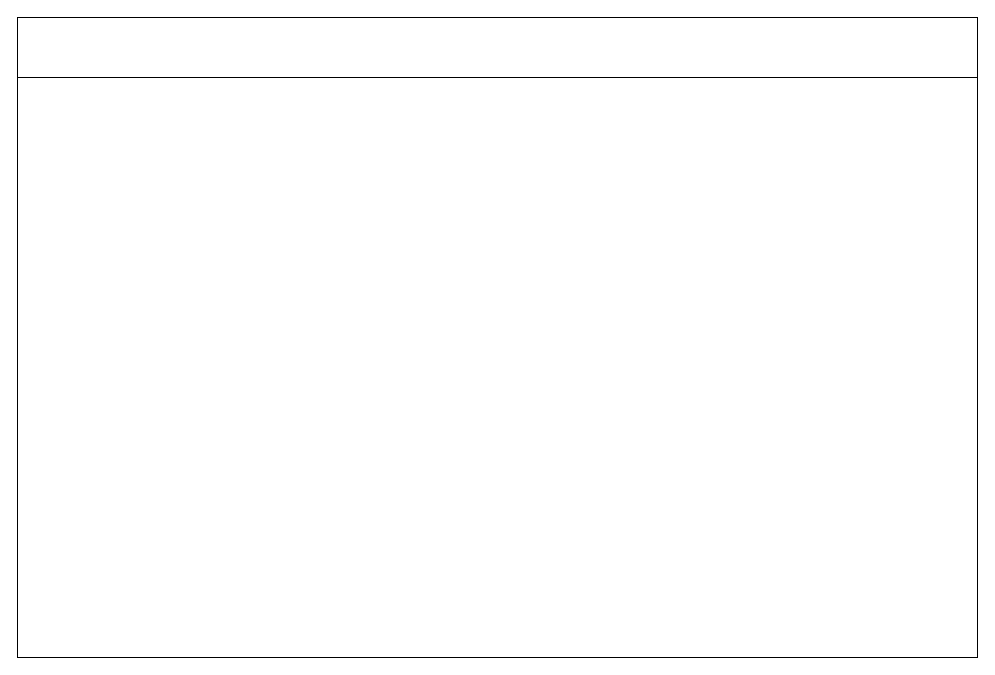
This is web-425/7.4.drawio from joneskj55/wireframes, a draw.io file, before an edit. Source tidied: cells renumbered, new cells numbered last; positions are measured from the earlier drawing's top-left corner, leaving out a move shared by most shapes. Both pictures are drawn from the tidied source at 100%, with x=0, y=0 at pixel (17, 17).
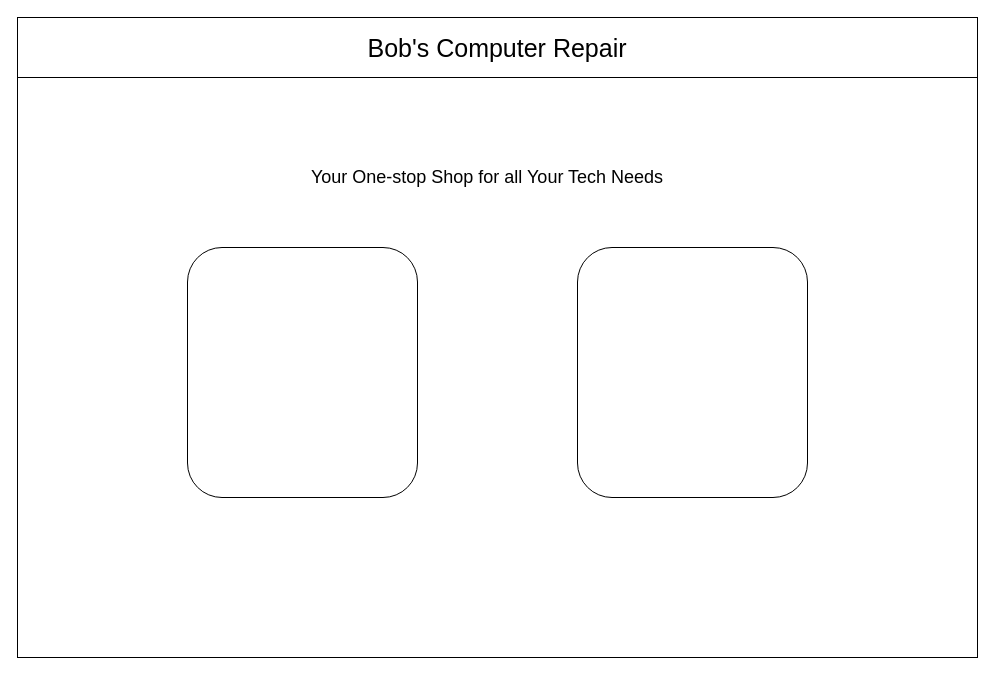
Above is the later version.

Commit message:
base homepage layout

What changed in the source:
```diff
@@
 <mxGraphModel>
   <root>
     <mxCell id="0" />
     <mxCell id="1" parent="0" />
     <mxCell id="2" style="rounded=0;whiteSpace=wrap;html=1;" parent="1" vertex="1">
       <mxGeometry width="960" height="640" as="geometry" />
     </mxCell>
-    <mxCell id="3" style="rounded=0;whiteSpace=wrap;html=1;" parent="1" vertex="1">
+    <mxCell id="3" value="&lt;font style=&quot;font-size: 25px&quot;&gt;Bob's Computer Repair&lt;/font&gt;" style="rounded=0;whiteSpace=wrap;html=1;" parent="1" vertex="1">
       <mxGeometry width="960" height="60" as="geometry" />
     </mxCell>
+    <mxCell id="4" value="&lt;font style=&quot;font-size: 18px&quot;&gt;Your One-stop Shop for all Your Tech Needs&lt;/font&gt;" style="text;html=1;strokeColor=none;fillColor=none;align=center;verticalAlign=middle;whiteSpace=wrap;rounded=0;" parent="1" vertex="1">
+      <mxGeometry x="290" y="150" width="360" height="20" as="geometry" />
+    </mxCell>
+    <mxCell id="5" style="rounded=1;whiteSpace=wrap;html=1;" parent="1" vertex="1">
+      <mxGeometry x="170" y="230" width="230" height="250" as="geometry" />
+    </mxCell>
+    <mxCell id="6" style="rounded=1;whiteSpace=wrap;html=1;" parent="1" vertex="1">
+      <mxGeometry x="560" y="230" width="230" height="250" as="geometry" />
+    </mxCell>
   </root>
 </mxGraphModel>
```
